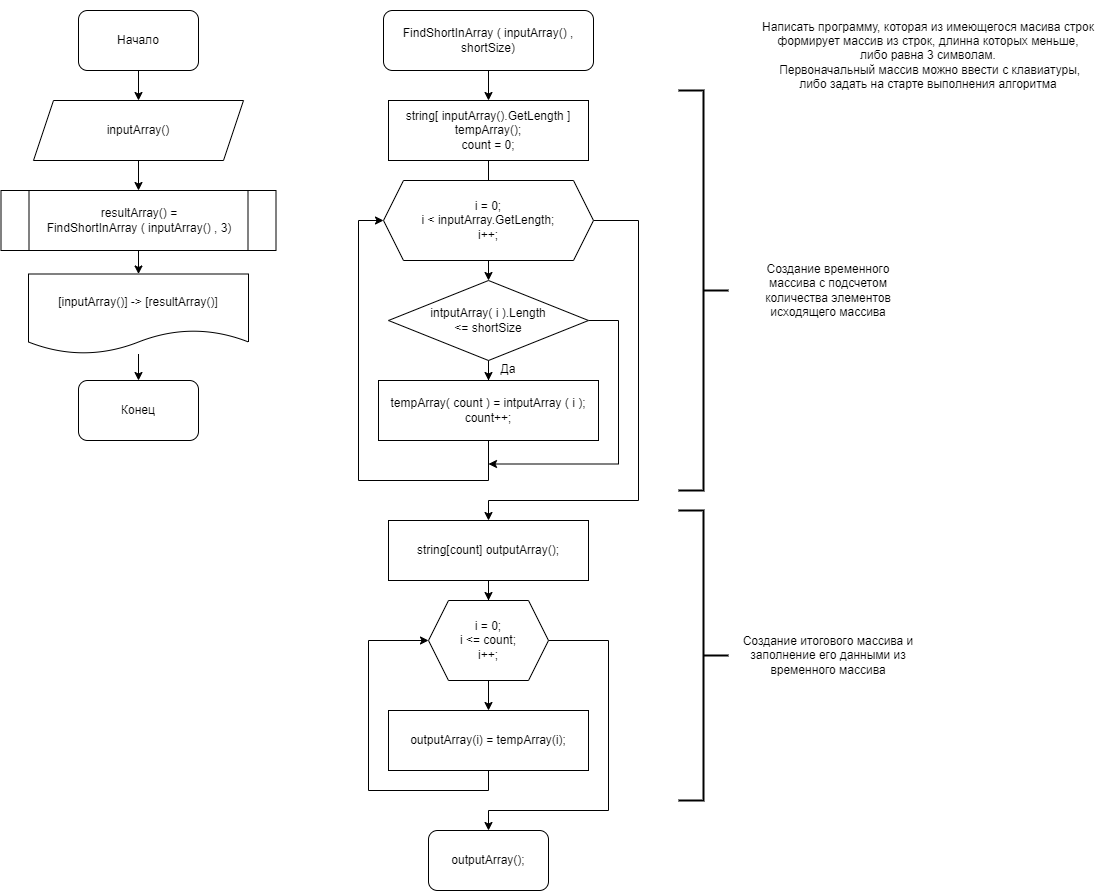
The draw.io diagram Flowchart.png in InVeRnyako/C_sharp_intro_Final, before a commit. Source tidied: cells renumbered, new cells last; positions are measured from the earlier drawing's top-left corner, leaving out a move shared by most shapes. The source it was exported from:
```xml
<mxGraphModel>
  <root>
    <mxCell id="0" />
    <mxCell id="1" parent="0" />
    <mxCell id="2" style="edgeStyle=orthogonalEdgeStyle;rounded=0;jettySize=auto;html=1;entryX=0.5;entryY=0;entryDx=0;entryDy=0;" parent="1" edge="1" source="3" target="5">
      <mxGeometry relative="1" as="geometry" />
    </mxCell>
    <mxCell id="3" value="Начало" style="rounded=1;whiteSpace=wrap;html=1;" parent="1" vertex="1">
      <mxGeometry x="78" y="10" width="120" height="60" as="geometry" />
    </mxCell>
    <mxCell id="4" style="edgeStyle=orthogonalEdgeStyle;rounded=0;jettySize=auto;html=1;entryX=0.5;entryY=0;entryDx=0;entryDy=0;" parent="1" edge="1" source="5" target="8">
      <mxGeometry relative="1" as="geometry" />
    </mxCell>
    <mxCell id="5" value="inputArray()" style="shape=parallelogram;perimeter=parallelogramPerimeter;whiteSpace=wrap;html=1;fixedSize=1;" parent="1" vertex="1">
      <mxGeometry x="33" y="100" width="210" height="60" as="geometry" />
    </mxCell>
    <mxCell id="6" value="&lt;div&gt;Написать программу, которая из имеющегося масива строк&lt;br&gt;&lt;span style=&quot;background-color: initial;&quot;&gt;формирует массив из строк, длинна которых меньше,&lt;br&gt;либо равна 3 символам.&lt;br&gt;&lt;/span&gt;&lt;span style=&quot;background-color: initial;&quot;&gt;&amp;nbsp;Первоначальный массив можно ввести с клавиатуры,&lt;br&gt;либо задать на старте выполнения алгоритма&lt;/span&gt;&lt;/div&gt;" style="text;html=1;strokeColor=none;fillColor=none;align=center;verticalAlign=middle;whiteSpace=wrap;rounded=0;" parent="1" vertex="1">
      <mxGeometry x="748" width="360" height="110" as="geometry" />
    </mxCell>
    <mxCell id="7" style="edgeStyle=orthogonalEdgeStyle;rounded=0;jettySize=auto;html=1;entryX=0.5;entryY=0;entryDx=0;entryDy=0;" parent="1" edge="1" source="8" target="10">
      <mxGeometry relative="1" as="geometry" />
    </mxCell>
    <mxCell id="8" value="resultArray() =&lt;br&gt;FindShortInArray ( inputArray() , 3)" style="shape=process;whiteSpace=wrap;html=1;backgroundOutline=1;" parent="1" vertex="1">
      <mxGeometry x="0.5" y="190" width="275" height="60" as="geometry" />
    </mxCell>
    <mxCell id="9" style="edgeStyle=orthogonalEdgeStyle;rounded=0;jettySize=auto;html=1;entryX=0.5;entryY=0;entryDx=0;entryDy=0;" parent="1" edge="1" source="10" target="11">
      <mxGeometry relative="1" as="geometry" />
    </mxCell>
    <mxCell id="10" value="[inputArray()] -&amp;gt; [resultArray()]" style="shape=document;whiteSpace=wrap;html=1;boundedLbl=1;" parent="1" vertex="1">
      <mxGeometry x="28" y="273.5" width="220" height="80" as="geometry" />
    </mxCell>
    <mxCell id="11" value="Конец" style="rounded=1;whiteSpace=wrap;html=1;" parent="1" vertex="1">
      <mxGeometry x="78" y="380" width="120" height="60" as="geometry" />
    </mxCell>
    <mxCell id="12" style="edgeStyle=orthogonalEdgeStyle;rounded=0;jettySize=auto;html=1;entryX=0.5;entryY=0;entryDx=0;entryDy=0;" parent="1" edge="1" target="14">
      <mxGeometry relative="1" as="geometry">
        <mxPoint x="488" y="70" as="sourcePoint" />
      </mxGeometry>
    </mxCell>
    <mxCell id="13" style="edgeStyle=orthogonalEdgeStyle;rounded=0;jettySize=auto;html=1;entryX=0.5;entryY=0;entryDx=0;entryDy=0;" parent="1" edge="1" source="14">
      <mxGeometry relative="1" as="geometry">
        <mxPoint x="488" y="220" as="targetPoint" />
      </mxGeometry>
    </mxCell>
    <mxCell id="14" value="string[ inputArray().GetLength ]&lt;br&gt;tempArray();&lt;br&gt;count = 0;" style="rounded=0;whiteSpace=wrap;html=1;" parent="1" vertex="1">
      <mxGeometry x="388" y="100" width="200" height="60" as="geometry" />
    </mxCell>
    <mxCell id="15" style="edgeStyle=orthogonalEdgeStyle;rounded=0;jettySize=auto;html=1;entryX=0.5;entryY=0;entryDx=0;entryDy=0;" parent="1" edge="1" target="18">
      <mxGeometry relative="1" as="geometry">
        <mxPoint x="488" y="260" as="sourcePoint" />
      </mxGeometry>
    </mxCell>
    <mxCell id="16" style="edgeStyle=orthogonalEdgeStyle;rounded=0;jettySize=auto;html=1;entryX=0.5;entryY=0;entryDx=0;entryDy=0;" parent="1" edge="1" source="18" target="20">
      <mxGeometry relative="1" as="geometry" />
    </mxCell>
    <mxCell id="17" style="edgeStyle=orthogonalEdgeStyle;rounded=0;jettySize=auto;html=1;" parent="1" edge="1" source="18">
      <mxGeometry relative="1" as="geometry">
        <mxPoint x="488" y="463.5" as="targetPoint" />
        <Array as="points">
          <mxPoint x="618" y="320.5" />
          <mxPoint x="618" y="463.5" />
        </Array>
      </mxGeometry>
    </mxCell>
    <mxCell id="18" value="intputArray( i ).Length&lt;br&gt;&amp;lt;= shortSize" style="rhombus;whiteSpace=wrap;html=1;" parent="1" vertex="1">
      <mxGeometry x="388" y="280" width="200" height="80" as="geometry" />
    </mxCell>
    <mxCell id="19" style="edgeStyle=orthogonalEdgeStyle;rounded=0;jettySize=auto;html=1;entryX=0;entryY=0.5;entryDx=0;entryDy=0;" parent="1" edge="1" source="20" target="23">
      <mxGeometry relative="1" as="geometry">
        <Array as="points">
          <mxPoint x="488" y="480" />
          <mxPoint x="358" y="480" />
          <mxPoint x="358" y="220" />
        </Array>
      </mxGeometry>
    </mxCell>
    <mxCell id="20" value="tempArray( count ) = intputArray ( i );&lt;br&gt;count++;" style="rounded=0;whiteSpace=wrap;html=1;" parent="1" vertex="1">
      <mxGeometry x="378" y="380" width="220" height="60" as="geometry" />
    </mxCell>
    <mxCell id="21" value="Да" style="text;html=1;strokeColor=none;fillColor=none;align=center;verticalAlign=middle;whiteSpace=wrap;rounded=0;" parent="1" vertex="1">
      <mxGeometry x="478" y="353.5" width="60" height="30" as="geometry" />
    </mxCell>
    <mxCell id="22" style="edgeStyle=orthogonalEdgeStyle;rounded=0;jettySize=auto;html=1;entryX=0.5;entryY=0;entryDx=0;entryDy=0;" parent="1" edge="1" source="23" target="30">
      <mxGeometry relative="1" as="geometry">
        <Array as="points">
          <mxPoint x="638" y="220" />
          <mxPoint x="638" y="500" />
          <mxPoint x="488" y="500" />
          <mxPoint x="488" y="520" />
        </Array>
      </mxGeometry>
    </mxCell>
    <mxCell id="23" value="i = 0;&lt;br&gt;i &amp;lt; inputArray.GetLength;&lt;br&gt;i++;" style="shape=hexagon;perimeter=hexagonPerimeter2;whiteSpace=wrap;html=1;fixedSize=1;" parent="1" vertex="1">
      <mxGeometry x="383" y="180" width="210" height="80" as="geometry" />
    </mxCell>
    <mxCell id="24" style="strokeWidth=2;html=1;shape=mxgraph.flowchart.annotation_2;align=left;labelPosition=right;direction=west;" parent="1" vertex="1">
      <mxGeometry x="678" y="90" width="50" height="400" as="geometry" />
    </mxCell>
    <mxCell id="25" value="Создание&amp;nbsp;временного массива&amp;nbsp;с подсчетом&lt;br&gt;количества&amp;nbsp;элементов &lt;br&gt;исходящего&amp;nbsp;массива" style="text;html=1;strokeColor=none;fillColor=none;align=center;verticalAlign=middle;whiteSpace=wrap;rounded=0;" parent="1" vertex="1">
      <mxGeometry x="743" y="243.2" width="170" height="93.5" as="geometry" />
    </mxCell>
    <mxCell id="26" style="edgeStyle=orthogonalEdgeStyle;rounded=0;jettySize=auto;html=1;entryX=0.5;entryY=0;entryDx=0;entryDy=0;" parent="1" edge="1" source="28" target="32">
      <mxGeometry relative="1" as="geometry" />
    </mxCell>
    <mxCell id="27" style="edgeStyle=orthogonalEdgeStyle;rounded=0;jettySize=auto;html=1;entryX=0.5;entryY=0;entryDx=0;entryDy=0;" parent="1" edge="1" source="28" target="34">
      <mxGeometry relative="1" as="geometry">
        <Array as="points">
          <mxPoint x="608" y="640" />
          <mxPoint x="608" y="810" />
          <mxPoint x="488" y="810" />
        </Array>
      </mxGeometry>
    </mxCell>
    <mxCell id="28" value="i = 0;&lt;br&gt;i &amp;lt;= count;&lt;br&gt;i++;" style="shape=hexagon;perimeter=hexagonPerimeter2;whiteSpace=wrap;html=1;fixedSize=1;" parent="1" vertex="1">
      <mxGeometry x="428" y="600" width="120" height="80" as="geometry" />
    </mxCell>
    <mxCell id="29" style="edgeStyle=orthogonalEdgeStyle;rounded=0;jettySize=auto;html=1;entryX=0.5;entryY=0;entryDx=0;entryDy=0;" parent="1" edge="1" source="30" target="28">
      <mxGeometry relative="1" as="geometry" />
    </mxCell>
    <mxCell id="30" value="string[count] outputArray();" style="rounded=0;whiteSpace=wrap;html=1;" parent="1" vertex="1">
      <mxGeometry x="388" y="520" width="200" height="60" as="geometry" />
    </mxCell>
    <mxCell id="31" style="edgeStyle=orthogonalEdgeStyle;rounded=0;jettySize=auto;html=1;entryX=0;entryY=0.5;entryDx=0;entryDy=0;" parent="1" edge="1" source="32" target="28">
      <mxGeometry relative="1" as="geometry">
        <Array as="points">
          <mxPoint x="488" y="790" />
          <mxPoint x="368" y="790" />
          <mxPoint x="368" y="640" />
        </Array>
      </mxGeometry>
    </mxCell>
    <mxCell id="32" value="outputArray(i) = tempArray(i);" style="rounded=0;whiteSpace=wrap;html=1;" parent="1" vertex="1">
      <mxGeometry x="388" y="710" width="200" height="60" as="geometry" />
    </mxCell>
    <mxCell id="33" value="FindShortInArray ( inputArray() , shortSize)" style="rounded=1;whiteSpace=wrap;html=1;" parent="1" vertex="1">
      <mxGeometry x="383" y="10" width="210" height="60" as="geometry" />
    </mxCell>
    <mxCell id="34" value="outputArray();" style="rounded=1;whiteSpace=wrap;html=1;" parent="1" vertex="1">
      <mxGeometry x="428" y="830" width="120" height="60" as="geometry" />
    </mxCell>
    <mxCell id="35" style="strokeWidth=2;html=1;shape=mxgraph.flowchart.annotation_2;align=left;labelPosition=right;direction=west;" parent="1" vertex="1">
      <mxGeometry x="678" y="510" width="50" height="290" as="geometry" />
    </mxCell>
    <mxCell id="36" value="Создание итогового массива и заполнение его данными из временного массива" style="text;html=1;strokeColor=none;fillColor=none;align=center;verticalAlign=middle;whiteSpace=wrap;rounded=0;" parent="1" vertex="1">
      <mxGeometry x="738" y="620" width="180" height="70" as="geometry" />
    </mxCell>
  </root>
</mxGraphModel>
```
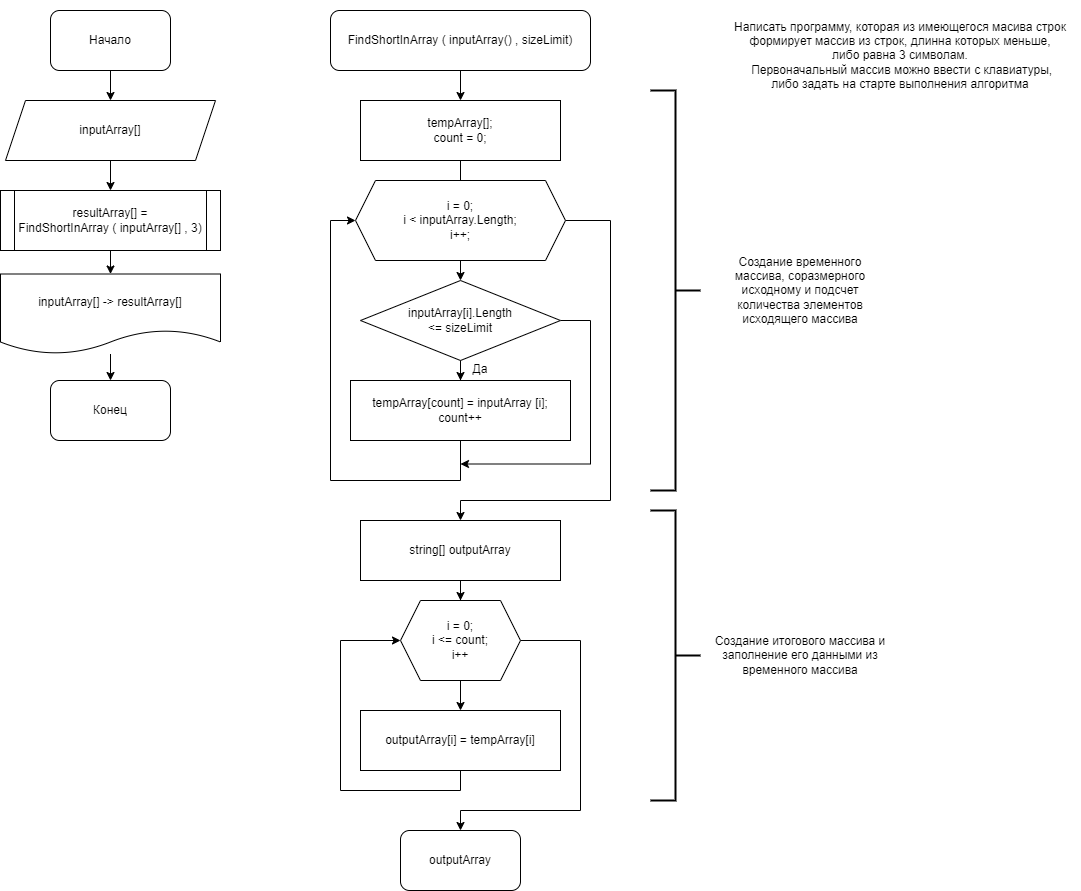
Later version of the same file.

Diff of the diagram source:
```diff
@@ -11,7 +11,7 @@
     <mxCell id="4" style="edgeStyle=orthogonalEdgeStyle;rounded=0;jettySize=auto;html=1;entryX=0.5;entryY=0;entryDx=0;entryDy=0;" parent="1" edge="1" source="5" target="8">
       <mxGeometry relative="1" as="geometry" />
     </mxCell>
-    <mxCell id="5" value="inputArray()" style="shape=parallelogram;perimeter=parallelogramPerimeter;whiteSpace=wrap;html=1;fixedSize=1;" parent="1" vertex="1">
+    <mxCell id="5" value="inputArray[]" style="shape=parallelogram;perimeter=parallelogramPerimeter;whiteSpace=wrap;html=1;fixedSize=1;" parent="1" vertex="1">
       <mxGeometry x="33" y="100" width="210" height="60" as="geometry" />
     </mxCell>
     <mxCell id="6" value="&lt;div&gt;Написать программу, которая из имеющегося масива строк&lt;br&gt;&lt;span style=&quot;background-color: initial;&quot;&gt;формирует массив из строк, длинна которых меньше,&lt;br&gt;либо равна 3 символам.&lt;br&gt;&lt;/span&gt;&lt;span style=&quot;background-color: initial;&quot;&gt;&amp;nbsp;Первоначальный массив можно ввести с клавиатуры,&lt;br&gt;либо задать на старте выполнения алгоритма&lt;/span&gt;&lt;/div&gt;" style="text;html=1;strokeColor=none;fillColor=none;align=center;verticalAlign=middle;whiteSpace=wrap;rounded=0;" parent="1" vertex="1">
@@ -20,13 +20,13 @@
     <mxCell id="7" style="edgeStyle=orthogonalEdgeStyle;rounded=0;jettySize=auto;html=1;entryX=0.5;entryY=0;entryDx=0;entryDy=0;" parent="1" edge="1" source="8" target="10">
       <mxGeometry relative="1" as="geometry" />
     </mxCell>
-    <mxCell id="8" value="resultArray() =&lt;br&gt;FindShortInArray ( inputArray() , 3)" style="shape=process;whiteSpace=wrap;html=1;backgroundOutline=1;" parent="1" vertex="1">
-      <mxGeometry x="0.5" y="190" width="275" height="60" as="geometry" />
+    <mxCell id="8" value="resultArray[] =&lt;br&gt;FindShortInArray ( inputArray[] , 3)" style="shape=process;whiteSpace=wrap;html=1;backgroundOutline=1;size=0.06363636363636363;" parent="1" vertex="1">
+      <mxGeometry x="28" y="190" width="220" height="60" as="geometry" />
     </mxCell>
     <mxCell id="9" style="edgeStyle=orthogonalEdgeStyle;rounded=0;jettySize=auto;html=1;entryX=0.5;entryY=0;entryDx=0;entryDy=0;" parent="1" edge="1" source="10" target="11">
       <mxGeometry relative="1" as="geometry" />
     </mxCell>
-    <mxCell id="10" value="[inputArray()] -&amp;gt; [resultArray()]" style="shape=document;whiteSpace=wrap;html=1;boundedLbl=1;" parent="1" vertex="1">
+    <mxCell id="10" value="inputArray[] -&amp;gt; resultArray[]" style="shape=document;whiteSpace=wrap;html=1;boundedLbl=1;" parent="1" vertex="1">
       <mxGeometry x="28" y="273.5" width="220" height="80" as="geometry" />
     </mxCell>
     <mxCell id="11" value="Конец" style="rounded=1;whiteSpace=wrap;html=1;" parent="1" vertex="1">
@@ -42,7 +42,7 @@
         <mxPoint x="488" y="220" as="targetPoint" />
       </mxGeometry>
     </mxCell>
-    <mxCell id="14" value="string[ inputArray().GetLength ]&lt;br&gt;tempArray();&lt;br&gt;count = 0;" style="rounded=0;whiteSpace=wrap;html=1;" parent="1" vertex="1">
+    <mxCell id="14" value="tempArray[];&lt;br&gt;count = 0;" style="rounded=0;whiteSpace=wrap;html=1;" parent="1" vertex="1">
       <mxGeometry x="388" y="100" width="200" height="60" as="geometry" />
     </mxCell>
     <mxCell id="15" style="edgeStyle=orthogonalEdgeStyle;rounded=0;jettySize=auto;html=1;entryX=0.5;entryY=0;entryDx=0;entryDy=0;" parent="1" edge="1" target="18">
@@ -62,7 +62,7 @@
         </Array>
       </mxGeometry>
     </mxCell>
-    <mxCell id="18" value="intputArray( i ).Length&lt;br&gt;&amp;lt;= shortSize" style="rhombus;whiteSpace=wrap;html=1;" parent="1" vertex="1">
+    <mxCell id="18" value="inputArray[i].Length&lt;br&gt;&amp;lt;= sizeLimit" style="rhombus;whiteSpace=wrap;html=1;" parent="1" vertex="1">
       <mxGeometry x="388" y="280" width="200" height="80" as="geometry" />
     </mxCell>
     <mxCell id="19" style="edgeStyle=orthogonalEdgeStyle;rounded=0;jettySize=auto;html=1;entryX=0;entryY=0.5;entryDx=0;entryDy=0;" parent="1" edge="1" source="20" target="23">
@@ -74,7 +74,7 @@
         </Array>
       </mxGeometry>
     </mxCell>
-    <mxCell id="20" value="tempArray( count ) = intputArray ( i );&lt;br&gt;count++;" style="rounded=0;whiteSpace=wrap;html=1;" parent="1" vertex="1">
+    <mxCell id="20" value="tempArray[count] = inputArray [i];&lt;br&gt;count++" style="rounded=0;whiteSpace=wrap;html=1;" parent="1" vertex="1">
       <mxGeometry x="378" y="380" width="220" height="60" as="geometry" />
     </mxCell>
     <mxCell id="21" value="Да" style="text;html=1;strokeColor=none;fillColor=none;align=center;verticalAlign=middle;whiteSpace=wrap;rounded=0;" parent="1" vertex="1">
@@ -90,13 +90,13 @@
         </Array>
       </mxGeometry>
     </mxCell>
-    <mxCell id="23" value="i = 0;&lt;br&gt;i &amp;lt; inputArray.GetLength;&lt;br&gt;i++;" style="shape=hexagon;perimeter=hexagonPerimeter2;whiteSpace=wrap;html=1;fixedSize=1;" parent="1" vertex="1">
+    <mxCell id="23" value="i = 0;&lt;br&gt;i &amp;lt; inputArray.Length;&lt;br&gt;i++;" style="shape=hexagon;perimeter=hexagonPerimeter2;whiteSpace=wrap;html=1;fixedSize=1;" parent="1" vertex="1">
       <mxGeometry x="383" y="180" width="210" height="80" as="geometry" />
     </mxCell>
     <mxCell id="24" style="strokeWidth=2;html=1;shape=mxgraph.flowchart.annotation_2;align=left;labelPosition=right;direction=west;" parent="1" vertex="1">
       <mxGeometry x="678" y="90" width="50" height="400" as="geometry" />
     </mxCell>
-    <mxCell id="25" value="Создание&amp;nbsp;временного массива&amp;nbsp;с подсчетом&lt;br&gt;количества&amp;nbsp;элементов &lt;br&gt;исходящего&amp;nbsp;массива" style="text;html=1;strokeColor=none;fillColor=none;align=center;verticalAlign=middle;whiteSpace=wrap;rounded=0;" parent="1" vertex="1">
+    <mxCell id="25" value="Создание&amp;nbsp;временного массива, соразмерного исходному и подсчет&lt;br&gt;количества&amp;nbsp;элементов &lt;br&gt;исходящего&amp;nbsp;массива" style="text;html=1;strokeColor=none;fillColor=none;align=center;verticalAlign=middle;whiteSpace=wrap;rounded=0;" parent="1" vertex="1">
       <mxGeometry x="743" y="243.2" width="170" height="93.5" as="geometry" />
     </mxCell>
     <mxCell id="26" style="edgeStyle=orthogonalEdgeStyle;rounded=0;jettySize=auto;html=1;entryX=0.5;entryY=0;entryDx=0;entryDy=0;" parent="1" edge="1" source="28" target="32">
@@ -111,13 +111,13 @@
         </Array>
       </mxGeometry>
     </mxCell>
-    <mxCell id="28" value="i = 0;&lt;br&gt;i &amp;lt;= count;&lt;br&gt;i++;" style="shape=hexagon;perimeter=hexagonPerimeter2;whiteSpace=wrap;html=1;fixedSize=1;" parent="1" vertex="1">
+    <mxCell id="28" value="i = 0;&lt;br&gt;i &amp;lt;= count;&lt;br&gt;i++" style="shape=hexagon;perimeter=hexagonPerimeter2;whiteSpace=wrap;html=1;fixedSize=1;" parent="1" vertex="1">
       <mxGeometry x="428" y="600" width="120" height="80" as="geometry" />
     </mxCell>
     <mxCell id="29" style="edgeStyle=orthogonalEdgeStyle;rounded=0;jettySize=auto;html=1;entryX=0.5;entryY=0;entryDx=0;entryDy=0;" parent="1" edge="1" source="30" target="28">
       <mxGeometry relative="1" as="geometry" />
     </mxCell>
-    <mxCell id="30" value="string[count] outputArray();" style="rounded=0;whiteSpace=wrap;html=1;" parent="1" vertex="1">
+    <mxCell id="30" value="string[] outputArray" style="rounded=0;whiteSpace=wrap;html=1;" parent="1" vertex="1">
       <mxGeometry x="388" y="520" width="200" height="60" as="geometry" />
     </mxCell>
     <mxCell id="31" style="edgeStyle=orthogonalEdgeStyle;rounded=0;jettySize=auto;html=1;entryX=0;entryY=0.5;entryDx=0;entryDy=0;" parent="1" edge="1" source="32" target="28">
@@ -129,13 +129,13 @@
         </Array>
       </mxGeometry>
     </mxCell>
-    <mxCell id="32" value="outputArray(i) = tempArray(i);" style="rounded=0;whiteSpace=wrap;html=1;" parent="1" vertex="1">
+    <mxCell id="32" value="outputArray[i] = tempArray[i]" style="rounded=0;whiteSpace=wrap;html=1;" parent="1" vertex="1">
       <mxGeometry x="388" y="710" width="200" height="60" as="geometry" />
     </mxCell>
-    <mxCell id="33" value="FindShortInArray ( inputArray() , shortSize)" style="rounded=1;whiteSpace=wrap;html=1;" parent="1" vertex="1">
-      <mxGeometry x="383" y="10" width="210" height="60" as="geometry" />
+    <mxCell id="33" value="FindShortInArray ( inputArray() , sizeLimit)" style="rounded=1;whiteSpace=wrap;html=1;" parent="1" vertex="1">
+      <mxGeometry x="358" y="10" width="260" height="60" as="geometry" />
     </mxCell>
-    <mxCell id="34" value="outputArray();" style="rounded=1;whiteSpace=wrap;html=1;" parent="1" vertex="1">
+    <mxCell id="34" value="outputArray" style="rounded=1;whiteSpace=wrap;html=1;" parent="1" vertex="1">
       <mxGeometry x="428" y="830" width="120" height="60" as="geometry" />
     </mxCell>
     <mxCell id="35" style="strokeWidth=2;html=1;shape=mxgraph.flowchart.annotation_2;align=left;labelPosition=right;direction=west;" parent="1" vertex="1">
```
